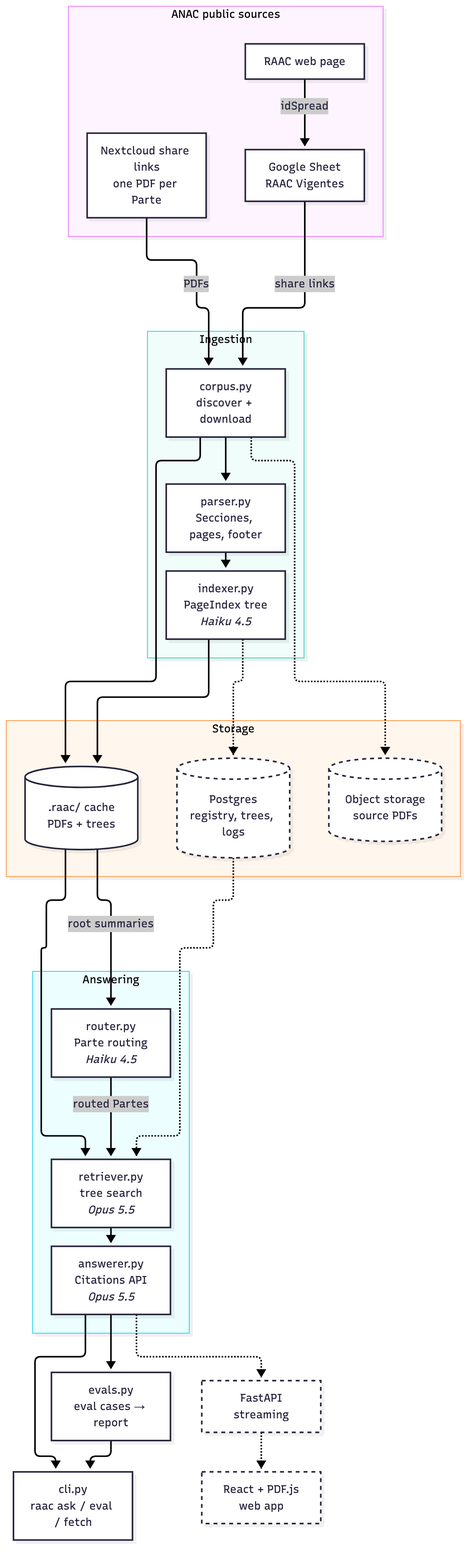
Guernik/raac-rag keeps this Mermaid diagram as docs/diagrams/architecture.png. Above is the earlier version. Its source is kept beside it as docs/diagrams/architecture.mmd. Its diagram source:
```mermaid
flowchart TB
    subgraph ANAC["ANAC public sources"]
        page["RAAC web page"]
        sheet["Google Sheet<br/>RAAC Vigentes"]
        nc["Nextcloud share links<br/>one PDF per Parte"]
    end

    subgraph ingest["Ingestion"]
        corpus["corpus.py<br/>discover + download"]
        parser["parser.py<br/>Secciones, pages, footer"]
        indexer["indexer.py<br/>PageIndex tree<br/><i>Haiku 4.5</i>"]
    end

    subgraph store["Storage"]
        cache[(".raac/ cache<br/>PDFs + trees")]
        pdfs[("Object storage<br/>source PDFs")]
        pg[("Postgres<br/>registry, trees, logs")]
    end

    subgraph answer["Answering"]
        router["router.py<br/>Parte routing<br/><i>Haiku 4.5</i>"]
        retriever["retriever.py<br/>tree search<br/><i>Opus 5.5</i>"]
        answerer["answerer.py<br/>Citations API<br/><i>Opus 5.5</i>"]
    end

    evals["evals.py<br/>eval cases → report"]

    cli["cli.py<br/>raac ask / eval / fetch"]
    api["FastAPI<br/>streaming"]
    web["React + PDF.js<br/>web app"]

    page -- idSpread --> sheet
    sheet -- share links --> corpus
    nc -- PDFs --> corpus
    corpus --> parser --> indexer
    corpus --> cache
    indexer --> cache
    corpus -.-> pdfs
    indexer -.-> pg
    cache --> retriever
    cache -- root summaries --> router
    router -- routed Partes --> retriever
    pg -.-> retriever
    retriever --> answerer
    answerer --> cli
    answerer --> evals --> cli
    answerer -.-> api -.-> web

    classDef planned stroke-dasharray: 5 5
    class api,web,pg,pdfs planned
```
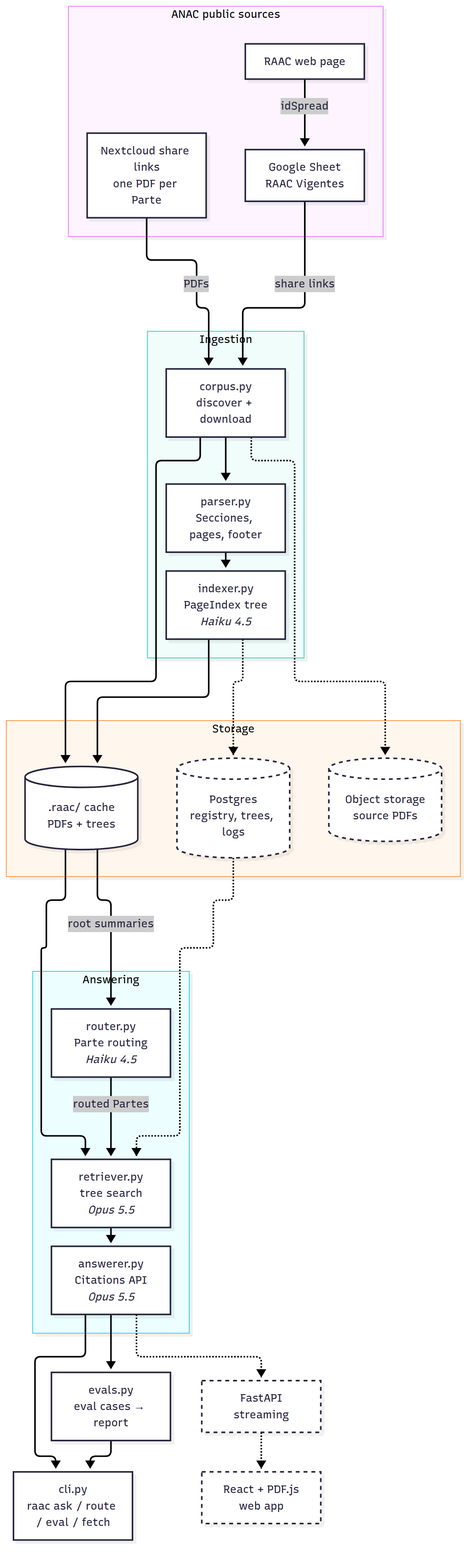
Later version of the same file.

Commit message:
docs: catch diagrams and README up with code and ADRs 0003, 0004

What changed in the source:
```diff
@@ -25,7 +25,7 @@
 
     evals["evals.py<br/>eval cases → report"]
 
-    cli["cli.py<br/>raac ask / eval / fetch"]
+    cli["cli.py<br/>raac ask / route / eval / fetch"]
     api["FastAPI<br/>streaming"]
     web["React + PDF.js<br/>web app"]
 
```
